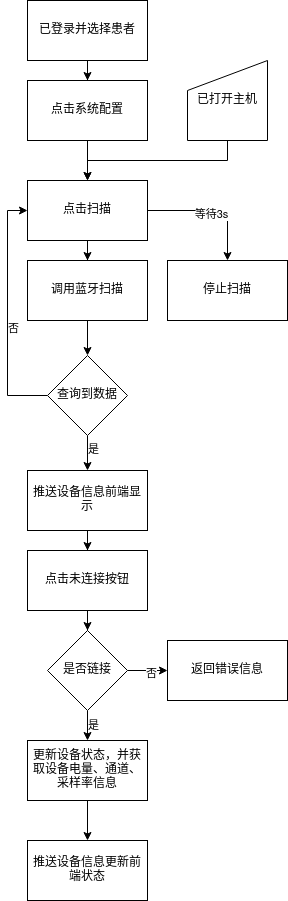
Before: 图片/概念设计-流程图-系统配置.png, a diagram exported from draw.io (yz360307/draw). Source tidied: cells renumbered, new cells last; positions are measured from the earlier drawing's top-left corner, leaving out a move shared by most shapes. Source of this version:
```xml
<mxGraphModel>
  <root>
    <mxCell id="0" />
    <mxCell id="1" parent="0" />
    <mxCell id="2" style="edgeStyle=orthogonalEdgeStyle;rounded=0;jettySize=auto;html=1;" parent="1" edge="1" source="3" target="5">
      <mxGeometry relative="1" as="geometry" />
    </mxCell>
    <mxCell id="3" value="已登录并选择患者" style="rounded=0;whiteSpace=wrap;html=1;" parent="1" vertex="1">
      <mxGeometry x="20" width="120" height="60" as="geometry" />
    </mxCell>
    <mxCell id="4" style="edgeStyle=orthogonalEdgeStyle;rounded=0;jettySize=auto;html=1;" parent="1" edge="1" source="5" target="9">
      <mxGeometry relative="1" as="geometry" />
    </mxCell>
    <mxCell id="5" value="点击系统配置" style="whiteSpace=wrap;html=1;rounded=0;" parent="1" vertex="1">
      <mxGeometry x="20" y="80" width="120" height="60" as="geometry" />
    </mxCell>
    <mxCell id="6" style="edgeStyle=orthogonalEdgeStyle;rounded=0;jettySize=auto;html=1;" parent="1" edge="1" source="9" target="13">
      <mxGeometry relative="1" as="geometry" />
    </mxCell>
    <mxCell id="7" style="edgeStyle=orthogonalEdgeStyle;rounded=0;jettySize=auto;html=1;" parent="1" edge="1" source="9" target="21">
      <mxGeometry relative="1" as="geometry" />
    </mxCell>
    <mxCell id="8" value="等待3s" style="edgeLabel;html=1;align=center;verticalAlign=middle;" parent="7" vertex="1">
      <mxGeometry x="-0.03" y="-3" relative="1" as="geometry" />
    </mxCell>
    <mxCell id="9" value="点击扫描" style="whiteSpace=wrap;html=1;rounded=0;" parent="1" vertex="1">
      <mxGeometry x="20" y="180" width="120" height="60" as="geometry" />
    </mxCell>
    <mxCell id="10" style="edgeStyle=orthogonalEdgeStyle;rounded=0;jettySize=auto;html=1;entryX=0.5;entryY=0;entryDx=0;entryDy=0;exitX=0.5;exitY=1;exitDx=0;exitDy=0;" parent="1" edge="1" source="11" target="9">
      <mxGeometry relative="1" as="geometry" />
    </mxCell>
    <mxCell id="11" value="已打开主机" style="shape=manualInput;whiteSpace=wrap;html=1;" parent="1" vertex="1">
      <mxGeometry x="180" y="60" width="80" height="80" as="geometry" />
    </mxCell>
    <mxCell id="12" style="edgeStyle=orthogonalEdgeStyle;rounded=0;jettySize=auto;html=1;" parent="1" edge="1" source="13" target="18">
      <mxGeometry relative="1" as="geometry" />
    </mxCell>
    <mxCell id="13" value="调用蓝牙扫描" style="whiteSpace=wrap;html=1;rounded=0;" parent="1" vertex="1">
      <mxGeometry x="20" y="260" width="120" height="60" as="geometry" />
    </mxCell>
    <mxCell id="14" style="edgeStyle=orthogonalEdgeStyle;rounded=0;jettySize=auto;html=1;" parent="1" edge="1" source="18" target="20">
      <mxGeometry relative="1" as="geometry" />
    </mxCell>
    <mxCell id="15" value="是" style="edgeLabel;html=1;align=center;verticalAlign=middle;" parent="14" vertex="1">
      <mxGeometry x="-0.44" y="5" relative="1" as="geometry" />
    </mxCell>
    <mxCell id="16" style="edgeStyle=orthogonalEdgeStyle;rounded=0;jettySize=auto;html=1;entryX=0;entryY=0.5;entryDx=0;entryDy=0;" parent="1" edge="1" source="18" target="9">
      <mxGeometry relative="1" as="geometry">
        <Array as="points">
          <mxPoint y="395" />
          <mxPoint y="210" />
        </Array>
      </mxGeometry>
    </mxCell>
    <mxCell id="17" value="否" style="edgeLabel;html=1;align=center;verticalAlign=middle;" parent="16" vertex="1">
      <mxGeometry x="-0.12" y="-5" relative="1" as="geometry" />
    </mxCell>
    <mxCell id="18" value="查询到数据" style="rhombus;whiteSpace=wrap;html=1;rounded=0;" parent="1" vertex="1">
      <mxGeometry x="40" y="355" width="80" height="80" as="geometry" />
    </mxCell>
    <mxCell id="19" style="edgeStyle=orthogonalEdgeStyle;rounded=0;jettySize=auto;html=1;" parent="1" edge="1" source="20" target="23">
      <mxGeometry relative="1" as="geometry" />
    </mxCell>
    <mxCell id="20" value="推送设备信息前端显示" style="whiteSpace=wrap;html=1;rounded=0;" parent="1" vertex="1">
      <mxGeometry x="20" y="470" width="120" height="60" as="geometry" />
    </mxCell>
    <mxCell id="21" value="停止扫描" style="whiteSpace=wrap;html=1;rounded=0;" parent="1" vertex="1">
      <mxGeometry x="160" y="260" width="120" height="60" as="geometry" />
    </mxCell>
    <mxCell id="22" style="edgeStyle=orthogonalEdgeStyle;rounded=0;jettySize=auto;html=1;" parent="1" edge="1" source="23" target="28">
      <mxGeometry relative="1" as="geometry" />
    </mxCell>
    <mxCell id="23" value="点击未连接按钮" style="whiteSpace=wrap;html=1;rounded=0;" parent="1" vertex="1">
      <mxGeometry x="20" y="550" width="120" height="60" as="geometry" />
    </mxCell>
    <mxCell id="24" style="edgeStyle=orthogonalEdgeStyle;rounded=0;jettySize=auto;html=1;" parent="1" edge="1" source="28" target="29">
      <mxGeometry relative="1" as="geometry" />
    </mxCell>
    <mxCell id="25" value="否" style="edgeLabel;html=1;align=center;verticalAlign=middle;" parent="24" vertex="1">
      <mxGeometry x="0.13" y="-2" relative="1" as="geometry" />
    </mxCell>
    <mxCell id="26" style="edgeStyle=orthogonalEdgeStyle;rounded=0;jettySize=auto;html=1;" parent="1" edge="1" source="28" target="31">
      <mxGeometry relative="1" as="geometry" />
    </mxCell>
    <mxCell id="27" value="是" style="edgeLabel;html=1;align=center;verticalAlign=middle;" parent="26" vertex="1">
      <mxGeometry x="-0.42" y="5" relative="1" as="geometry" />
    </mxCell>
    <mxCell id="28" value="是否链接" style="rhombus;whiteSpace=wrap;html=1;rounded=0;" parent="1" vertex="1">
      <mxGeometry x="40" y="630" width="80" height="80" as="geometry" />
    </mxCell>
    <mxCell id="29" value="返回错误信息" style="whiteSpace=wrap;html=1;rounded=0;" parent="1" vertex="1">
      <mxGeometry x="160" y="640" width="120" height="60" as="geometry" />
    </mxCell>
    <mxCell id="30" style="edgeStyle=orthogonalEdgeStyle;rounded=0;jettySize=auto;html=1;" parent="1" edge="1" source="31" target="32">
      <mxGeometry relative="1" as="geometry" />
    </mxCell>
    <mxCell id="31" value="更新设备状态，并获取设备电量、通道、采样率信息" style="whiteSpace=wrap;html=1;rounded=0;" parent="1" vertex="1">
      <mxGeometry x="20" y="740" width="120" height="60" as="geometry" />
    </mxCell>
    <mxCell id="32" value="推送设备信息更新前端状态" style="whiteSpace=wrap;html=1;rounded=0;" parent="1" vertex="1">
      <mxGeometry x="20" y="840" width="120" height="60" as="geometry" />
    </mxCell>
  </root>
</mxGraphModel>
```
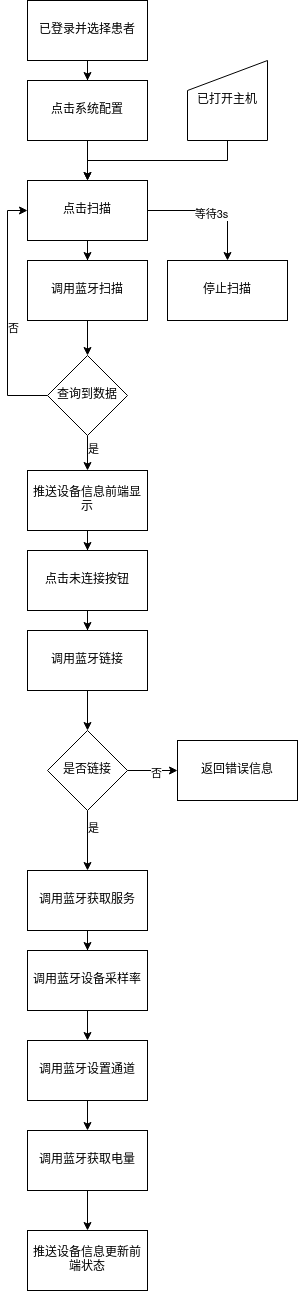
The same file after the commit.

Change to the diagram source:
```diff
@@ -67,9 +67,9 @@
     <mxCell id="21" value="停止扫描" style="whiteSpace=wrap;html=1;rounded=0;" parent="1" vertex="1">
       <mxGeometry x="160" y="260" width="120" height="60" as="geometry" />
     </mxCell>
-    <mxCell id="22" style="edgeStyle=orthogonalEdgeStyle;rounded=0;jettySize=auto;html=1;" parent="1" edge="1" source="23" target="28">
-      <mxGeometry relative="1" as="geometry" />
-    </mxCell>
+    <mxCell id="33" style="edgeStyle=orthogonalEdgeStyle;rounded=0;jettySize=auto;html=1;" parent="1" edge="1" source="23" target="36">
+      <mxGeometry relative="1" as="geometry" />
+    </mxCell>
     <mxCell id="23" value="点击未连接按钮" style="whiteSpace=wrap;html=1;rounded=0;" parent="1" vertex="1">
       <mxGeometry x="20" y="550" width="120" height="60" as="geometry" />
     </mxCell>
@@ -86,19 +86,43 @@
       <mxGeometry x="-0.42" y="5" relative="1" as="geometry" />
     </mxCell>
     <mxCell id="28" value="是否链接" style="rhombus;whiteSpace=wrap;html=1;rounded=0;" parent="1" vertex="1">
-      <mxGeometry x="40" y="630" width="80" height="80" as="geometry" />
+      <mxGeometry x="40" y="730" width="80" height="80" as="geometry" />
     </mxCell>
     <mxCell id="29" value="返回错误信息" style="whiteSpace=wrap;html=1;rounded=0;" parent="1" vertex="1">
-      <mxGeometry x="160" y="640" width="120" height="60" as="geometry" />
+      <mxGeometry x="170" y="740" width="120" height="60" as="geometry" />
     </mxCell>
-    <mxCell id="30" style="edgeStyle=orthogonalEdgeStyle;rounded=0;jettySize=auto;html=1;" parent="1" edge="1" source="31" target="32">
-      <mxGeometry relative="1" as="geometry" />
-    </mxCell>
+    <mxCell id="34" style="edgeStyle=orthogonalEdgeStyle;rounded=0;jettySize=auto;html=1;" parent="1" edge="1" source="31" target="38">
+      <mxGeometry relative="1" as="geometry" />
+    </mxCell>
-    <mxCell id="31" value="更新设备状态，并获取设备电量、通道、采样率信息" style="whiteSpace=wrap;html=1;rounded=0;" parent="1" vertex="1">
-      <mxGeometry x="20" y="740" width="120" height="60" as="geometry" />
+    <mxCell id="31" value="调用蓝牙获取服务" style="whiteSpace=wrap;html=1;rounded=0;" parent="1" vertex="1">
+      <mxGeometry x="20" y="870" width="120" height="60" as="geometry" />
     </mxCell>
     <mxCell id="32" value="推送设备信息更新前端状态" style="whiteSpace=wrap;html=1;rounded=0;" parent="1" vertex="1">
-      <mxGeometry x="20" y="840" width="120" height="60" as="geometry" />
+      <mxGeometry x="20" y="1230" width="120" height="60" as="geometry" />
     </mxCell>
+    <mxCell id="35" style="edgeStyle=orthogonalEdgeStyle;rounded=0;jettySize=auto;html=1;entryX=0.5;entryY=0;entryDx=0;entryDy=0;" parent="1" edge="1" source="36" target="28">
+      <mxGeometry relative="1" as="geometry" />
+    </mxCell>
+    <mxCell id="36" value="调用蓝牙链接" style="whiteSpace=wrap;html=1;rounded=0;" parent="1" vertex="1">
+      <mxGeometry x="20" y="630" width="120" height="60" as="geometry" />
+    </mxCell>
+    <mxCell id="37" style="edgeStyle=orthogonalEdgeStyle;rounded=0;jettySize=auto;html=1;" parent="1" edge="1" source="38" target="40">
+      <mxGeometry relative="1" as="geometry" />
+    </mxCell>
+    <mxCell id="38" value="调用蓝牙设备采样率" style="whiteSpace=wrap;html=1;rounded=0;" parent="1" vertex="1">
+      <mxGeometry x="20" y="950" width="120" height="60" as="geometry" />
+    </mxCell>
+    <mxCell id="39" style="edgeStyle=orthogonalEdgeStyle;rounded=0;jettySize=auto;html=1;" parent="1" edge="1" source="40" target="42">
+      <mxGeometry relative="1" as="geometry" />
+    </mxCell>
+    <mxCell id="40" value="调用蓝牙设置通道" style="whiteSpace=wrap;html=1;rounded=0;" parent="1" vertex="1">
+      <mxGeometry x="20" y="1040" width="120" height="60" as="geometry" />
+    </mxCell>
+    <mxCell id="41" style="edgeStyle=orthogonalEdgeStyle;rounded=0;jettySize=auto;html=1;" parent="1" edge="1" source="42" target="32">
+      <mxGeometry relative="1" as="geometry" />
+    </mxCell>
+    <mxCell id="42" value="调用蓝牙获取电量" style="whiteSpace=wrap;html=1;rounded=0;" parent="1" vertex="1">
+      <mxGeometry x="20" y="1130" width="120" height="60" as="geometry" />
+    </mxCell>
   </root>
 </mxGraphModel>
```
